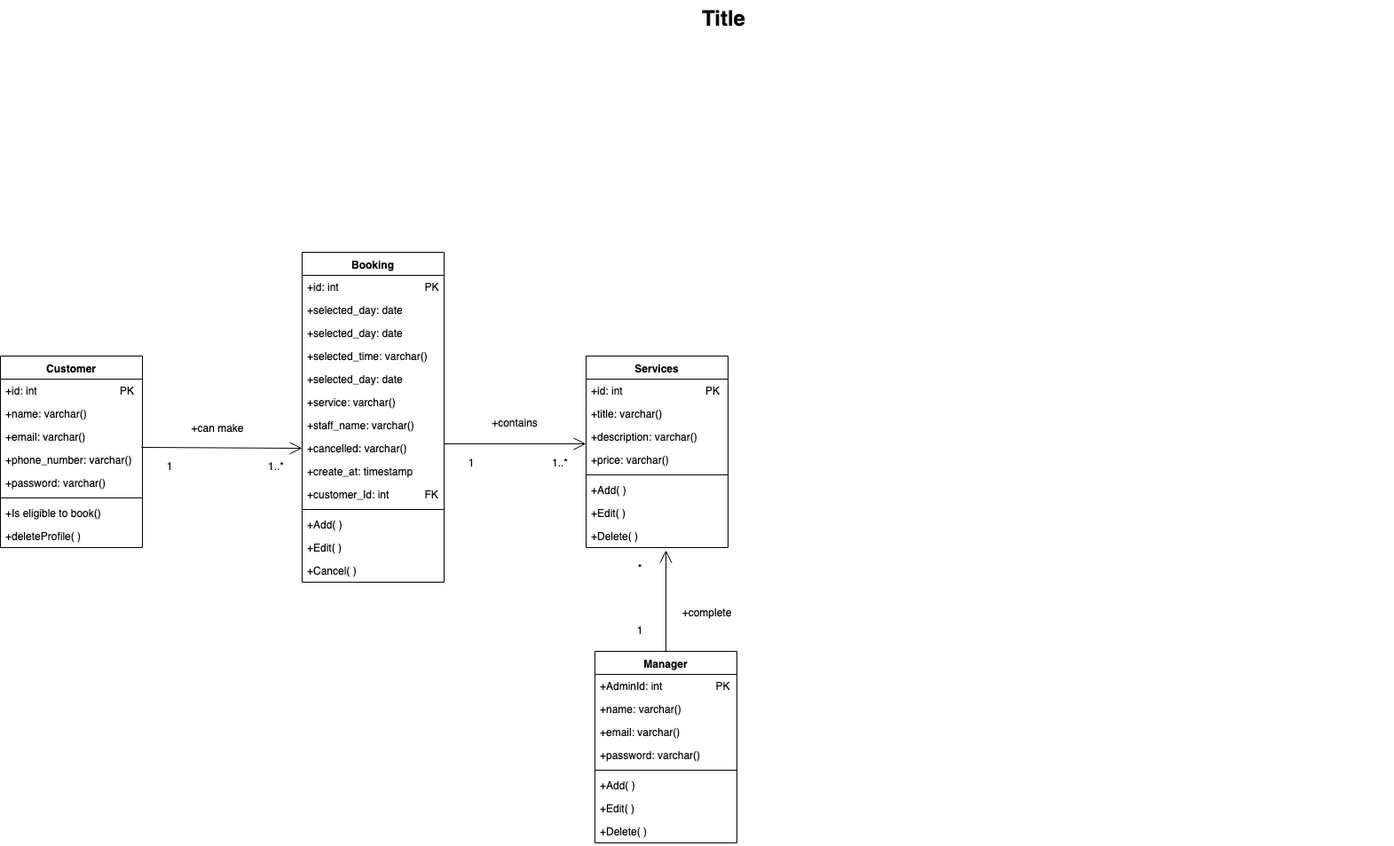
Earlier version of the draw.io export diagram booking.png (warlinsgit/barbershopuml). Source tidied: cells renumbered, new cells last; positions are measured from the earlier drawing's top-left corner, leaving out a move shared by most shapes.
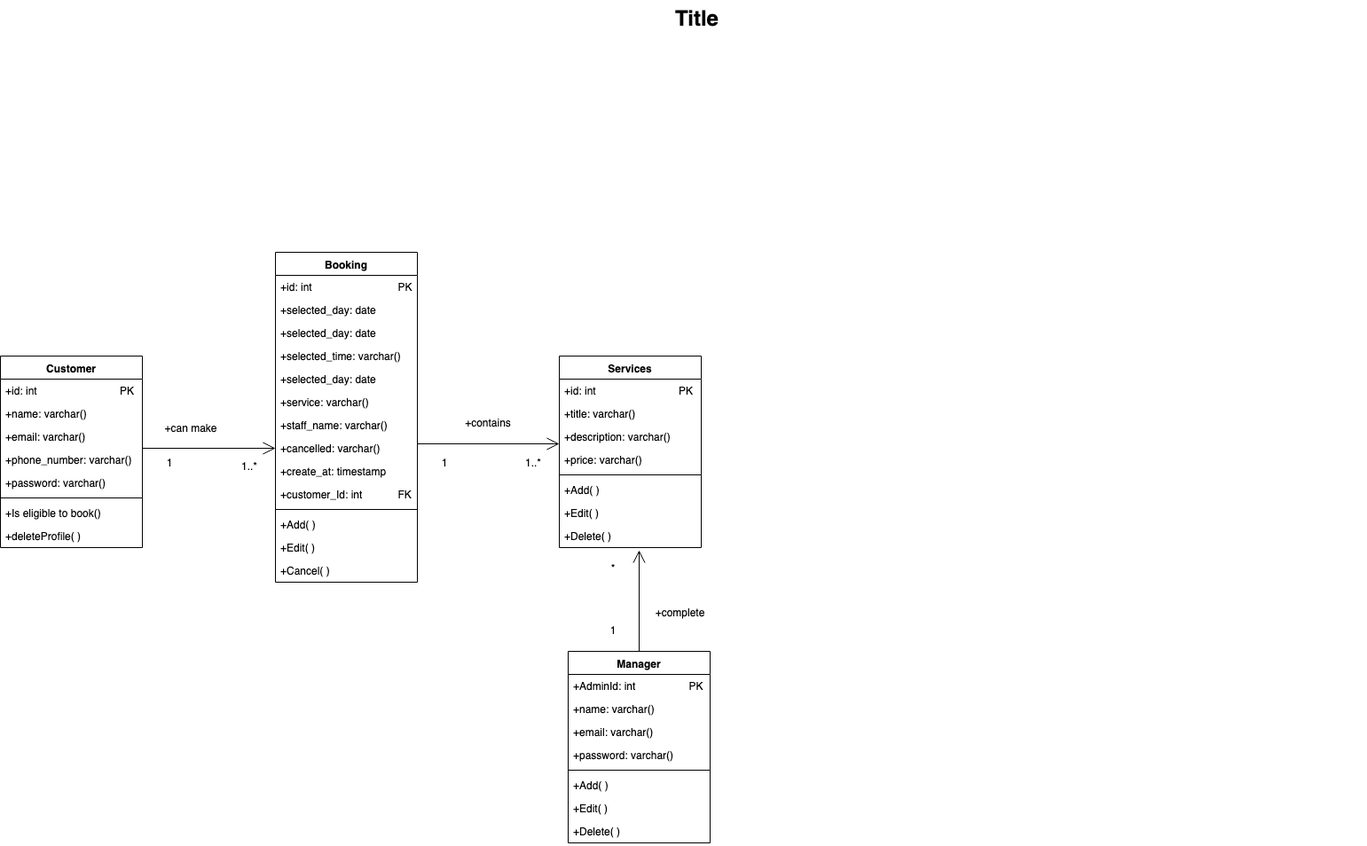
The same file after the commit.

What changed in the source:
```diff
@@ -78,7 +78,7 @@
       <mxGeometry y="190" width="160" height="26" as="geometry" />
     </mxCell>
     <mxCell id="27" value="Customer" style="swimlane;fontStyle=1;align=center;verticalAlign=top;horizontal=1;startSize=26;" parent="1" vertex="1">
-      <mxGeometry y="401" width="160" height="216" as="geometry" />
+      <mxGeometry x="30" y="401" width="160" height="216" as="geometry" />
     </mxCell>
     <mxCell id="28" value="+id: int                            PK" style="text;strokeColor=none;fillColor=none;align=left;verticalAlign=top;spacingLeft=4;spacingRight=4;overflow=hidden;" parent="27" vertex="1">
       <mxGeometry y="26" width="160" height="26" as="geometry" />
@@ -104,8 +104,10 @@
     <mxCell id="35" value="+deleteProfile( )" style="text;strokeColor=none;fillColor=none;align=left;verticalAlign=top;spacingLeft=4;spacingRight=4;overflow=hidden;" parent="27" vertex="1">
       <mxGeometry y="190" width="160" height="26" as="geometry" />
     </mxCell>
-    <mxCell id="36" style="endArrow=open;endFill=1;endSize=12;html=1;entryX=0;entryY=0.5;entryDx=0;entryDy=0;exitX=0.994;exitY=-0.038;exitDx=0;exitDy=0;exitPerimeter=0;" parent="1" edge="1" source="31" target="11">
-      <mxGeometry relative="1" as="geometry" />
+    <mxCell id="36" style="endArrow=open;endFill=1;endSize=12;html=1;entryX=0;entryY=0.5;entryDx=0;entryDy=0;" parent="1" edge="1" target="11">
+      <mxGeometry relative="1" as="geometry">
+        <mxPoint x="190" y="505" as="sourcePoint" />
+      </mxGeometry>
     </mxCell>
     <mxCell id="37" value="Manager" style="swimlane;fontStyle=1;align=center;verticalAlign=top;horizontal=1;startSize=26;" parent="1" vertex="1">
       <mxGeometry x="670" y="734" width="160" height="216" as="geometry" />
@@ -158,7 +160,7 @@
       <mxGeometry x="610" y="511" width="40" height="20" as="geometry" />
     </mxCell>
     <mxCell id="52" value="1" style="text;html=1;strokeColor=none;fillColor=none;align=center;verticalAlign=middle;whiteSpace=wrap;rounded=0;" parent="1" vertex="1">
-      <mxGeometry x="170" y="515" width="40" height="20" as="geometry" />
+      <mxGeometry x="200" y="511" width="40" height="20" as="geometry" />
     </mxCell>
     <mxCell id="53" value="1..*" style="text;html=1;strokeColor=none;fillColor=none;align=center;verticalAlign=middle;whiteSpace=wrap;rounded=0;" parent="1" vertex="1">
       <mxGeometry x="290" y="515" width="40" height="20" as="geometry" />
```
